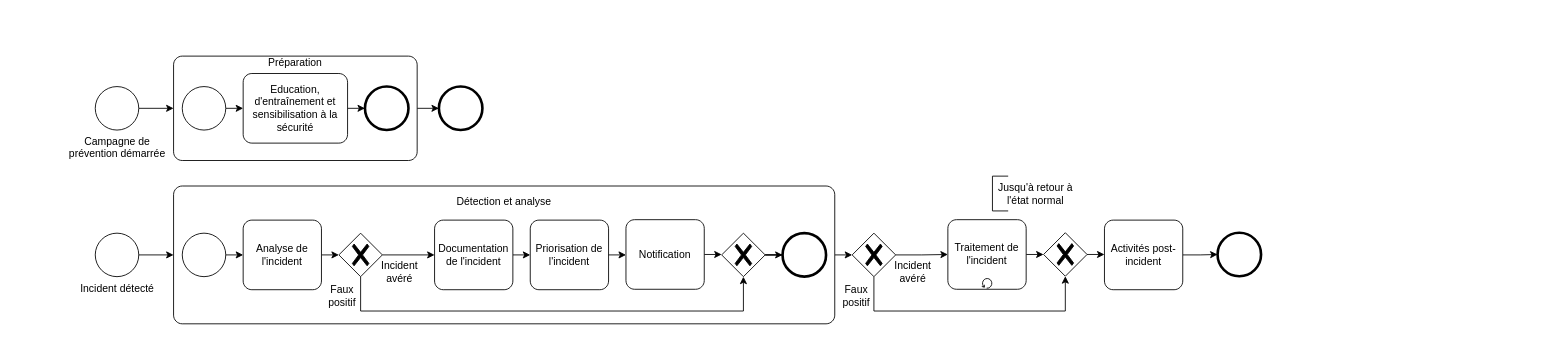
netmme/cyber-diagramme-d-activites keeps this draw.io diagram as NIST.drawio. Above is the earlier version. Source tidied: cells renumbered, new cells numbered last; positions are measured from the earlier drawing's top-left corner, leaving out a move shared by most shapes. Both pictures are drawn from the tidied source at 87%, with x=0, y=0 at pixel (95, 50).
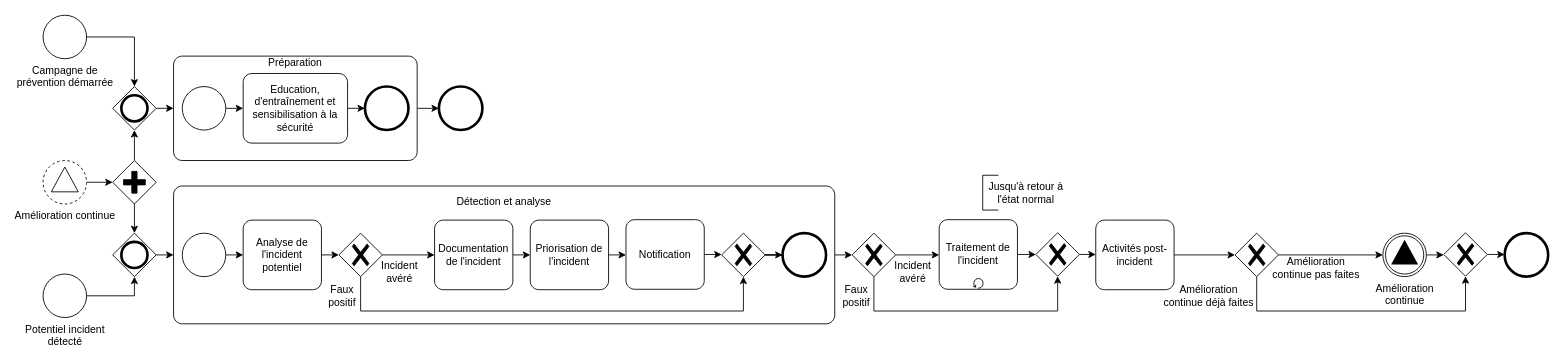
The same page after the edit.

Commit message:
Avec amélioration continue

Unchanged cells that the change refers to:
```xml
<mxCell id="3" style="points=[[0.25,0,0],[0.5,0,0],[0.75,0,0],[1,0.25,0],[1,0.5,0],[1,0.75,0],[0.75,1,0],[0.5,1,0],[0.25,1,0],[0,0.75,0],[0,0.5,0],[0,0.25,0]];shape=mxgraph.bpmn.task;whiteSpace=wrap;rectStyle=rounded;size=10;html=1;taskMarker=abstract;" parent="1" vertex="1">
  <mxGeometry x="90" y="156.3" width="760" height="158.4" as="geometry" />
</mxCell>
<mxCell id="9" style="points=[[0.25,0,0],[0.5,0,0],[0.75,0,0],[1,0.25,0],[1,0.5,0],[1,0.75,0],[0.75,1,0],[0.5,1,0],[0.25,1,0],[0,0.75,0],[0,0.5,0],[0,0.25,0]];shape=mxgraph.bpmn.task;whiteSpace=wrap;rectStyle=rounded;size=10;html=1;taskMarker=abstract;" parent="1" vertex="1">
  <mxGeometry x="90" y="7" width="280" height="120" as="geometry" />
</mxCell>
<mxCell id="37" style="points=[[0.25,0.25,0],[0.5,0,0],[0.75,0.25,0],[1,0.5,0],[0.75,0.75,0],[0.5,1,0],[0.25,0.75,0],[0,0.5,0]];shape=mxgraph.bpmn.gateway2;html=1;verticalLabelPosition=bottom;labelBackgroundColor=#ffffff;verticalAlign=top;align=center;perimeter=rhombusPerimeter;outlineConnect=0;outline=none;symbol=none;gwType=exclusive;" parent="1" vertex="1">
  <mxGeometry x="870" y="210.5" width="50" height="50" as="geometry" />
</mxCell>
```

Diff of the diagram source:
```diff
@@
-    <mxCell id="4" style="edgeStyle=orthogonalEdgeStyle;rounded=0;jettySize=auto;html=1;exitX=1;exitY=0.5;exitDx=0;exitDy=0;exitPerimeter=0;entryX=0;entryY=0.5;entryDx=0;entryDy=0;entryPerimeter=0;" parent="1" edge="1" source="5" target="3">
-      <mxGeometry relative="1" as="geometry" />
-    </mxCell>
+    <mxCell id="50" style="edgeStyle=orthogonalEdgeStyle;rounded=0;jettySize=auto;html=1;exitX=1;exitY=0.5;exitDx=0;exitDy=0;exitPerimeter=0;entryX=0.5;entryY=1;entryDx=0;entryDy=0;entryPerimeter=0;" parent="1" edge="1" source="5" target="60">
+      <mxGeometry relative="1" as="geometry" />
+    </mxCell>
-    <mxCell id="5" value="Incident détecté" style="points=[[0.145,0.145,0],[0.5,0,0],[0.855,0.145,0],[1,0.5,0],[0.855,0.855,0],[0.5,1,0],[0.145,0.855,0],[0,0.5,0]];shape=mxgraph.bpmn.event;html=1;verticalLabelPosition=bottom;labelBackgroundColor=#ffffff;verticalAlign=top;align=center;perimeter=ellipsePerimeter;outlineConnect=0;outline=standard;symbol=general;" parent="1" vertex="1">
-      <mxGeometry y="210.5" width="50" height="50" as="geometry" />
+    <mxCell id="5" value="Potentiel incident&lt;br&gt;détecté" style="points=[[0.145,0.145,0],[0.5,0,0],[0.855,0.145,0],[1,0.5,0],[0.855,0.855,0],[0.5,1,0],[0.145,0.855,0],[0,0.5,0]];shape=mxgraph.bpmn.event;html=1;verticalLabelPosition=bottom;labelBackgroundColor=#ffffff;verticalAlign=top;align=center;perimeter=ellipsePerimeter;outlineConnect=0;outline=standard;symbol=general;" parent="1" vertex="1">
+      <mxGeometry x="-60" y="257.5" width="50" height="50" as="geometry" />
     </mxCell>
-    <mxCell id="6" style="edgeStyle=orthogonalEdgeStyle;rounded=0;jettySize=auto;html=1;exitX=1;exitY=0.5;exitDx=0;exitDy=0;exitPerimeter=0;entryX=0;entryY=0.5;entryDx=0;entryDy=0;entryPerimeter=0;" parent="1" edge="1" source="7" target="9">
-      <mxGeometry relative="1" as="geometry" />
-    </mxCell>
+    <mxCell id="51" style="edgeStyle=orthogonalEdgeStyle;rounded=0;jettySize=auto;html=1;exitX=1;exitY=0.5;exitDx=0;exitDy=0;exitPerimeter=0;entryX=0.5;entryY=0;entryDx=0;entryDy=0;entryPerimeter=0;" parent="1" edge="1" source="7" target="58">
+      <mxGeometry relative="1" as="geometry" />
+    </mxCell>
     <mxCell id="7" value="Campagne de&lt;br&gt;prévention démarrée" style="points=[[0.145,0.145,0],[0.5,0,0],[0.855,0.145,0],[1,0.5,0],[0.855,0.855,0],[0.5,1,0],[0.145,0.855,0],[0,0.5,0]];shape=mxgraph.bpmn.event;html=1;verticalLabelPosition=bottom;labelBackgroundColor=#ffffff;verticalAlign=top;align=center;perimeter=ellipsePerimeter;outlineConnect=0;outline=standard;symbol=general;" parent="1" vertex="1">
-      <mxGeometry y="42" width="50" height="50" as="geometry" />
+      <mxGeometry x="-60" y="-40" width="50" height="50" as="geometry" />
     </mxCell>
@@
-    <mxCell id="18" value="Analyse de l'incident" style="points=[[0.25,0,0],[0.5,0,0],[0.75,0,0],[1,0.25,0],[1,0.5,0],[1,0.75,0],[0.75,1,0],[0.5,1,0],[0.25,1,0],[0,0.75,0],[0,0.5,0],[0,0.25,0]];shape=mxgraph.bpmn.task;whiteSpace=wrap;rectStyle=rounded;size=10;html=1;taskMarker=abstract;" parent="1" vertex="1">
+    <mxCell id="18" value="Analyse de l'incident potentiel" style="points=[[0.25,0,0],[0.5,0,0],[0.75,0,0],[1,0.25,0],[1,0.5,0],[1,0.75,0],[0.75,1,0],[0.5,1,0],[0.25,1,0],[0,0.75,0],[0,0.5,0],[0,0.25,0]];shape=mxgraph.bpmn.task;whiteSpace=wrap;rectStyle=rounded;size=10;html=1;taskMarker=abstract;" parent="1" vertex="1">
       <mxGeometry x="170" y="195.5" width="90" height="80" as="geometry" />
     </mxCell>
@@
-    <mxCell id="35" style="edgeStyle=orthogonalEdgeStyle;rounded=0;jettySize=auto;html=1;exitX=1;exitY=0.5;exitDx=0;exitDy=0;exitPerimeter=0;entryX=0;entryY=0.5;entryDx=0;entryDy=0;entryPerimeter=0;" parent="1" edge="1" source="37" target="42">
-      <mxGeometry relative="1" as="geometry" />
-    </mxCell>
     <mxCell id="36" style="edgeStyle=orthogonalEdgeStyle;rounded=0;jettySize=auto;html=1;exitX=0.5;exitY=1;exitDx=0;exitDy=0;exitPerimeter=0;entryX=0.5;entryY=1;entryDx=0;entryDy=0;entryPerimeter=0;" parent="1" edge="1" source="37" target="49">
       <mxGeometry relative="1" as="geometry">
         <Array as="points">
           <mxPoint x="895" y="300" />
-          <mxPoint x="1115" y="300" />
+          <mxPoint x="1106" y="300" />
         </Array>
       </mxGeometry>
     </mxCell>
+    <mxCell id="52" style="edgeStyle=orthogonalEdgeStyle;rounded=0;jettySize=auto;html=1;exitX=1;exitY=0.5;exitDx=0;exitDy=0;exitPerimeter=0;entryX=0;entryY=0.5;entryDx=0;entryDy=0;entryPerimeter=0;" parent="1" edge="1" source="37">
+      <mxGeometry relative="1" as="geometry">
+        <mxPoint x="970" y="235.5" as="targetPoint" />
+      </mxGeometry>
+    </mxCell>
@@
     <mxCell id="40" value="Incident avéré" style="text;html=1;strokeColor=none;fillColor=none;align=center;verticalAlign=middle;whiteSpace=wrap;rounded=0;" parent="1" vertex="1">
-      <mxGeometry x="910" y="240" width="60" height="30" as="geometry" />
+      <mxGeometry x="910" y="239.5" width="60" height="30" as="geometry" />
     </mxCell>
@@
     <mxCell id="42" value="Traitement de l'incident" style="points=[[0.25,0,0],[0.5,0,0],[0.75,0,0],[1,0.25,0],[1,0.5,0],[1,0.75,0],[0.75,1,0],[0.5,1,0],[0.25,1,0],[0,0.75,0],[0,0.5,0],[0,0.25,0]];shape=mxgraph.bpmn.task;whiteSpace=wrap;rectStyle=rounded;size=10;html=1;taskMarker=abstract;isLoopStandard=1;" parent="1" vertex="1">
-      <mxGeometry x="980" y="195" width="90" height="80" as="geometry" />
+      <mxGeometry x="970" y="195" width="90" height="80" as="geometry" />
     </mxCell>
-    <mxCell id="43" style="shape=partialRectangle;whiteSpace=wrap;html=1;bottom=1;right=1;left=1;top=0;fillColor=none;routingCenterX=-0.5;rotation=90;" parent="1" vertex="1">
-      <mxGeometry x="1020" y="156.2" width="40" height="17.5" as="geometry" />
-    </mxCell>
-    <mxCell id="44" value="Jusqu'à retour à l'état normal" style="text;html=1;strokeColor=none;fillColor=none;align=center;verticalAlign=middle;whiteSpace=wrap;rounded=0;" parent="1" vertex="1">
-      <mxGeometry x="1036.2" y="150" width="90" height="30" as="geometry" />
-    </mxCell>
-    <mxCell id="45" style="edgeStyle=orthogonalEdgeStyle;rounded=0;jettySize=auto;html=1;exitX=1;exitY=0.5;exitDx=0;exitDy=0;exitPerimeter=0;entryX=0;entryY=0.5;entryDx=0;entryDy=0;entryPerimeter=0;" parent="1" edge="1" source="46" target="47">
-      <mxGeometry relative="1" as="geometry" />
-    </mxCell>
+    <mxCell id="53" style="edgeStyle=orthogonalEdgeStyle;rounded=0;jettySize=auto;html=1;exitX=1;exitY=0.5;exitDx=0;exitDy=0;exitPerimeter=0;entryX=0;entryY=0.5;entryDx=0;entryDy=0;entryPerimeter=0;" parent="1" edge="1" source="46" target="68">
+      <mxGeometry relative="1" as="geometry" />
+    </mxCell>
     <mxCell id="46" value="Activités post-incident" style="points=[[0.25,0,0],[0.5,0,0],[0.75,0,0],[1,0.25,0],[1,0.5,0],[1,0.75,0],[0.75,1,0],[0.5,1,0],[0.25,1,0],[0,0.75,0],[0,0.5,0],[0,0.25,0]];shape=mxgraph.bpmn.task;whiteSpace=wrap;rectStyle=rounded;size=10;html=1;taskMarker=abstract;" parent="1" vertex="1">
-      <mxGeometry x="1160" y="195.5" width="90" height="80" as="geometry" />
+      <mxGeometry x="1150" y="195.5" width="90" height="80" as="geometry" />
     </mxCell>
     <mxCell id="47" style="points=[[0.145,0.145,0],[0.5,0,0],[0.855,0.145,0],[1,0.5,0],[0.855,0.855,0],[0.5,1,0],[0.145,0.855,0],[0,0.5,0]];shape=mxgraph.bpmn.event;html=1;verticalLabelPosition=bottom;labelBackgroundColor=#ffffff;verticalAlign=top;align=center;perimeter=ellipsePerimeter;outlineConnect=0;outline=end;symbol=terminate2;" parent="1" vertex="1">
-      <mxGeometry x="1290" y="210" width="50" height="50" as="geometry" />
+      <mxGeometry x="1620" y="210.5" width="50" height="50" as="geometry" />
     </mxCell>
@@
     <mxCell id="49" style="points=[[0.25,0.25,0],[0.5,0,0],[0.75,0.25,0],[1,0.5,0],[0.75,0.75,0],[0.5,1,0],[0.25,0.75,0],[0,0.5,0]];shape=mxgraph.bpmn.gateway2;html=1;verticalLabelPosition=bottom;labelBackgroundColor=#ffffff;verticalAlign=top;align=center;perimeter=rhombusPerimeter;outlineConnect=0;outline=none;symbol=none;gwType=exclusive;" parent="1" vertex="1">
-      <mxGeometry x="1090" y="210" width="50" height="50" as="geometry" />
+      <mxGeometry x="1081.2" y="210" width="50" height="50" as="geometry" />
     </mxCell>
+    <mxCell id="54" style="group;" parent="1" vertex="1">
+      <mxGeometry x="1020" y="144" width="95" height="40" as="geometry" />
+    </mxCell>
+    <mxCell id="43" style="shape=partialRectangle;whiteSpace=wrap;html=1;bottom=1;right=1;left=1;top=0;fillColor=none;routingCenterX=-0.5;rotation=90;" parent="54" vertex="1">
+      <mxGeometry x="-11.2" y="11.2" width="40" height="17.5" as="geometry" />
+    </mxCell>
+    <mxCell id="44" value="Jusqu'à retour à l'état normal" style="text;html=1;strokeColor=none;fillColor=none;align=center;verticalAlign=middle;whiteSpace=wrap;rounded=0;" parent="54" vertex="1">
+      <mxGeometry x="5" y="5" width="90" height="30" as="geometry" />
+    </mxCell>
+    <mxCell id="55" style="edgeStyle=orthogonalEdgeStyle;rounded=0;jettySize=auto;html=1;exitX=1;exitY=0.5;exitDx=0;exitDy=0;exitPerimeter=0;entryX=0;entryY=0.5;entryDx=0;entryDy=0;entryPerimeter=0;" parent="1" edge="1" source="56" target="63">
+      <mxGeometry relative="1" as="geometry" />
+    </mxCell>
+    <mxCell id="56" value="Amélioration continue" style="points=[[0.145,0.145,0],[0.5,0,0],[0.855,0.145,0],[1,0.5,0],[0.855,0.855,0],[0.5,1,0],[0.145,0.855,0],[0,0.5,0]];shape=mxgraph.bpmn.event;html=1;verticalLabelPosition=bottom;labelBackgroundColor=#ffffff;verticalAlign=top;align=center;perimeter=ellipsePerimeter;outlineConnect=0;outline=eventNonint;symbol=signal;" parent="1" vertex="1">
+      <mxGeometry x="-60" y="127" width="50" height="50" as="geometry" />
+    </mxCell>
+    <mxCell id="57" style="edgeStyle=orthogonalEdgeStyle;rounded=0;jettySize=auto;html=1;exitX=1;exitY=0.5;exitDx=0;exitDy=0;exitPerimeter=0;entryX=0;entryY=0.5;entryDx=0;entryDy=0;entryPerimeter=0;" parent="1" edge="1" source="58" target="9">
+      <mxGeometry relative="1" as="geometry" />
+    </mxCell>
+    <mxCell id="58" style="points=[[0.25,0.25,0],[0.5,0,0],[0.75,0.25,0],[1,0.5,0],[0.75,0.75,0],[0.5,1,0],[0.25,0.75,0],[0,0.5,0]];shape=mxgraph.bpmn.gateway2;html=1;verticalLabelPosition=bottom;labelBackgroundColor=#ffffff;verticalAlign=top;align=center;perimeter=rhombusPerimeter;outlineConnect=0;outline=end;symbol=general;" parent="1" vertex="1">
+      <mxGeometry x="20" y="42" width="50" height="50" as="geometry" />
+    </mxCell>
+    <mxCell id="59" style="edgeStyle=orthogonalEdgeStyle;rounded=0;jettySize=auto;html=1;exitX=1;exitY=0.5;exitDx=0;exitDy=0;exitPerimeter=0;entryX=0;entryY=0.5;entryDx=0;entryDy=0;entryPerimeter=0;" parent="1" edge="1" source="60" target="3">
+      <mxGeometry relative="1" as="geometry" />
+    </mxCell>
+    <mxCell id="60" style="points=[[0.25,0.25,0],[0.5,0,0],[0.75,0.25,0],[1,0.5,0],[0.75,0.75,0],[0.5,1,0],[0.25,0.75,0],[0,0.5,0]];shape=mxgraph.bpmn.gateway2;html=1;verticalLabelPosition=bottom;labelBackgroundColor=#ffffff;verticalAlign=top;align=center;perimeter=rhombusPerimeter;outlineConnect=0;outline=end;symbol=general;" parent="1" vertex="1">
+      <mxGeometry x="20" y="210.5" width="50" height="50" as="geometry" />
+    </mxCell>
+    <mxCell id="61" style="edgeStyle=orthogonalEdgeStyle;rounded=0;jettySize=auto;html=1;exitX=0.5;exitY=0;exitDx=0;exitDy=0;exitPerimeter=0;entryX=0.5;entryY=1;entryDx=0;entryDy=0;entryPerimeter=0;" parent="1" edge="1" source="63" target="58">
+      <mxGeometry relative="1" as="geometry" />
+    </mxCell>
+    <mxCell id="62" style="edgeStyle=orthogonalEdgeStyle;rounded=0;jettySize=auto;html=1;exitX=0.5;exitY=1;exitDx=0;exitDy=0;exitPerimeter=0;entryX=0.5;entryY=0;entryDx=0;entryDy=0;entryPerimeter=0;" parent="1" edge="1" source="63" target="60">
+      <mxGeometry relative="1" as="geometry" />
+    </mxCell>
+    <mxCell id="63" style="points=[[0.25,0.25,0],[0.5,0,0],[0.75,0.25,0],[1,0.5,0],[0.75,0.75,0],[0.5,1,0],[0.25,0.75,0],[0,0.5,0]];shape=mxgraph.bpmn.gateway2;html=1;verticalLabelPosition=bottom;labelBackgroundColor=#ffffff;verticalAlign=top;align=center;perimeter=rhombusPerimeter;outlineConnect=0;outline=none;symbol=none;gwType=parallel;" parent="1" vertex="1">
+      <mxGeometry x="20" y="127" width="50" height="50" as="geometry" />
+    </mxCell>
+    <mxCell id="64" style="edgeStyle=orthogonalEdgeStyle;rounded=0;jettySize=auto;html=1;exitX=1;exitY=0.5;exitDx=0;exitDy=0;exitPerimeter=0;entryX=0;entryY=0.5;entryDx=0;entryDy=0;entryPerimeter=0;" parent="1" edge="1" source="65" target="70">
+      <mxGeometry relative="1" as="geometry" />
+    </mxCell>
+    <mxCell id="65" value="Amélioration&lt;br&gt;continue" style="points=[[0.145,0.145,0],[0.5,0,0],[0.855,0.145,0],[1,0.5,0],[0.855,0.855,0],[0.5,1,0],[0.145,0.855,0],[0,0.5,0]];shape=mxgraph.bpmn.event;html=1;verticalLabelPosition=bottom;labelBackgroundColor=#ffffff;verticalAlign=top;align=center;perimeter=ellipsePerimeter;outlineConnect=0;outline=throwing;symbol=signal;" parent="1" vertex="1">
+      <mxGeometry x="1480" y="210.5" width="50" height="50" as="geometry" />
+    </mxCell>
+    <mxCell id="66" style="edgeStyle=orthogonalEdgeStyle;rounded=0;jettySize=auto;html=1;exitX=0.5;exitY=1;exitDx=0;exitDy=0;exitPerimeter=0;entryX=0.5;entryY=1;entryDx=0;entryDy=0;entryPerimeter=0;" parent="1" edge="1" source="68" target="70">
+      <mxGeometry relative="1" as="geometry">
+        <Array as="points">
+          <mxPoint x="1335" y="300" />
+          <mxPoint x="1575" y="300" />
+        </Array>
+      </mxGeometry>
+    </mxCell>
+    <mxCell id="67" style="edgeStyle=orthogonalEdgeStyle;rounded=0;jettySize=auto;html=1;exitX=1;exitY=0.5;exitDx=0;exitDy=0;exitPerimeter=0;entryX=0;entryY=0.5;entryDx=0;entryDy=0;entryPerimeter=0;" parent="1" edge="1" source="68" target="65">
+      <mxGeometry relative="1" as="geometry" />
+    </mxCell>
+    <mxCell id="68" style="points=[[0.25,0.25,0],[0.5,0,0],[0.75,0.25,0],[1,0.5,0],[0.75,0.75,0],[0.5,1,0],[0.25,0.75,0],[0,0.5,0]];shape=mxgraph.bpmn.gateway2;html=1;verticalLabelPosition=bottom;labelBackgroundColor=#ffffff;verticalAlign=top;align=center;perimeter=rhombusPerimeter;outlineConnect=0;outline=none;symbol=none;gwType=exclusive;" parent="1" vertex="1">
+      <mxGeometry x="1310" y="210.5" width="50" height="50" as="geometry" />
+    </mxCell>
+    <mxCell id="69" style="edgeStyle=orthogonalEdgeStyle;rounded=0;jettySize=auto;html=1;exitX=1;exitY=0.5;exitDx=0;exitDy=0;exitPerimeter=0;entryX=0;entryY=0.5;entryDx=0;entryDy=0;entryPerimeter=0;" parent="1" edge="1" source="70" target="47">
+      <mxGeometry relative="1" as="geometry" />
+    </mxCell>
+    <mxCell id="70" style="points=[[0.25,0.25,0],[0.5,0,0],[0.75,0.25,0],[1,0.5,0],[0.75,0.75,0],[0.5,1,0],[0.25,0.75,0],[0,0.5,0]];shape=mxgraph.bpmn.gateway2;html=1;verticalLabelPosition=bottom;labelBackgroundColor=#ffffff;verticalAlign=top;align=center;perimeter=rhombusPerimeter;outlineConnect=0;outline=none;symbol=none;gwType=exclusive;" parent="1" vertex="1">
+      <mxGeometry x="1550" y="210" width="50" height="50" as="geometry" />
+    </mxCell>
+    <mxCell id="71" value="Amélioration continue déjà faites" style="text;html=1;strokeColor=none;fillColor=none;align=center;verticalAlign=middle;whiteSpace=wrap;rounded=0;" parent="1" vertex="1">
+      <mxGeometry x="1225" y="268" width="110" height="30" as="geometry" />
+    </mxCell>
+    <mxCell id="72" value="Amélioration continue pas faites" style="text;html=1;strokeColor=none;fillColor=none;align=center;verticalAlign=middle;whiteSpace=wrap;rounded=0;" parent="1" vertex="1">
+      <mxGeometry x="1348" y="236" width="111" height="30" as="geometry" />
+    </mxCell>
```
